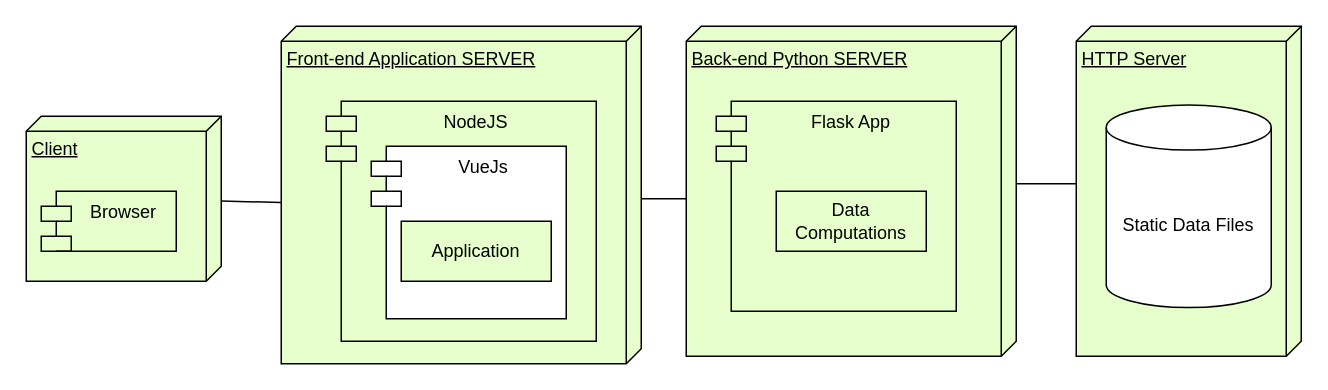
This is page "architecture" (1 of 7) of UML_diagrams.drawio from IlonaBaran/oracles, a draw.io file, before an edit. Source tidied: cells renumbered, new cells numbered last; positions are measured from the earlier drawing's top-left corner, leaving out a move shared by most shapes. Both pictures are drawn from the tidied source at 150%, with x=0, y=0 at pixel (26, 26).
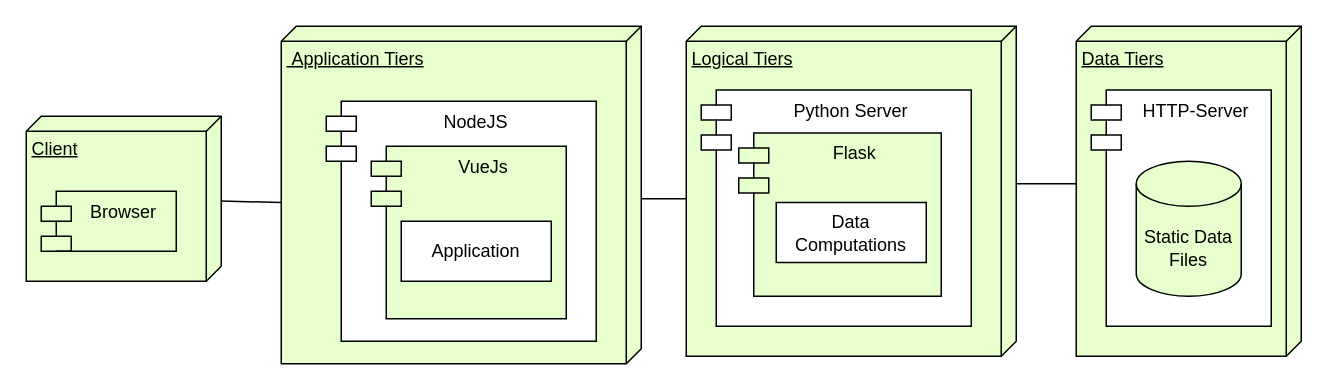
The same diagram, later.

What changed in the source:
```diff
@@
 <mxGraphModel>
   <root>
     <mxCell id="0" />
     <mxCell id="1" parent="0" />
     <mxCell id="2" value="Client" style="verticalAlign=top;align=left;spacingTop=8;spacingLeft=2;spacingRight=12;shape=cube;size=10;direction=south;fontStyle=4;html=1;whiteSpace=wrap;fillColor=#E6FFCC;" parent="1" vertex="1">
       <mxGeometry y="60" width="130" height="110" as="geometry" />
     </mxCell>
-    <mxCell id="3" value="Front-end Application SERVER" style="verticalAlign=top;align=left;spacingTop=8;spacingLeft=2;spacingRight=12;shape=cube;size=10;direction=south;fontStyle=4;html=1;whiteSpace=wrap;fillColor=#E6FFCC;" parent="1" vertex="1">
+    <mxCell id="3" value="&amp;nbsp;Application Tiers" style="verticalAlign=top;align=left;spacingTop=8;spacingLeft=2;spacingRight=12;shape=cube;size=10;direction=south;fontStyle=4;html=1;whiteSpace=wrap;fillColor=#E6FFCC;" parent="1" vertex="1">
       <mxGeometry x="170" width="240" height="225" as="geometry" />
     </mxCell>
-    <mxCell id="4" value="NodeJS" style="shape=module;align=left;spacingLeft=20;align=center;verticalAlign=top;whiteSpace=wrap;html=1;fillColor=#E6FFCC;" parent="1" vertex="1">
+    <mxCell id="4" value="NodeJS" style="shape=module;align=left;spacingLeft=20;align=center;verticalAlign=top;whiteSpace=wrap;html=1;fillColor=#FFFFFF;" parent="1" vertex="1">
       <mxGeometry x="200" y="50" width="180" height="160" as="geometry" />
     </mxCell>
-    <mxCell id="5" value="&lt;div&gt;VueJs&lt;/div&gt;&lt;div&gt;&lt;br&gt;&lt;/div&gt;" style="shape=module;align=left;spacingLeft=20;align=center;verticalAlign=top;whiteSpace=wrap;html=1;" parent="1" vertex="1">
+    <mxCell id="5" value="&lt;div&gt;VueJs&lt;/div&gt;&lt;div&gt;&lt;br&gt;&lt;/div&gt;" style="shape=module;align=left;spacingLeft=20;align=center;verticalAlign=top;whiteSpace=wrap;html=1;fillColor=#E6FFCC;" parent="1" vertex="1">
       <mxGeometry x="230" y="80" width="130" height="115" as="geometry" />
     </mxCell>
-    <mxCell id="6" value="Application " style="rounded=0;whiteSpace=wrap;html=1;fillColor=#E6FFCC;" parent="1" vertex="1">
+    <mxCell id="6" value="Application " style="rounded=0;whiteSpace=wrap;html=1;fillColor=#FFFFFF;" parent="1" vertex="1">
       <mxGeometry x="250" y="130" width="100" height="40" as="geometry" />
     </mxCell>
     <mxCell id="7" style="endArrow=none;html=1;rounded=0;exitX=0;exitY=0;exitDx=117.5;exitDy=240;exitPerimeter=0;" parent="1" edge="1" source="3" target="2">
       <mxGeometry relative="1" as="geometry" />
     </mxCell>
     <mxCell id="8" value="Browser" style="shape=module;align=left;spacingLeft=20;align=center;verticalAlign=top;whiteSpace=wrap;html=1;fillColor=#E6FFCC;" parent="1" vertex="1">
       <mxGeometry x="10" y="110" width="90" height="40" as="geometry" />
     </mxCell>
-    <mxCell id="9" value="HTTP Server" style="verticalAlign=top;align=left;spacingTop=8;spacingLeft=2;spacingRight=12;shape=cube;size=10;direction=south;fontStyle=4;html=1;whiteSpace=wrap;fillColor=#E6FFCC;" parent="1" vertex="1">
+    <mxCell id="9" value="Data Tiers" style="verticalAlign=top;align=left;spacingTop=8;spacingLeft=2;spacingRight=12;shape=cube;size=10;direction=south;fontStyle=4;html=1;whiteSpace=wrap;fillColor=#E6FFCC;" parent="1" vertex="1">
       <mxGeometry x="700" width="150" height="220" as="geometry" />
     </mxCell>
-    <mxCell id="10" value="Static Data Files" style="shape=cylinder3;whiteSpace=wrap;html=1;boundedLbl=1;backgroundOutline=1;size=15;" parent="1" vertex="1">
-      <mxGeometry x="720" y="52.5" width="110" height="135" as="geometry" />
-    </mxCell>
-    <mxCell id="11" value="Back-end Python SERVER" style="verticalAlign=top;align=left;spacingTop=8;spacingLeft=2;spacingRight=12;shape=cube;size=10;direction=south;fontStyle=4;html=1;whiteSpace=wrap;fillColor=#E6FFCC;" parent="1" vertex="1">
+    <mxCell id="11" value="Logical Tiers" style="verticalAlign=top;align=left;spacingTop=8;spacingLeft=2;spacingRight=12;shape=cube;size=10;direction=south;fontStyle=4;html=1;whiteSpace=wrap;fillColor=#E6FFCC;" parent="1" vertex="1">
       <mxGeometry x="440" width="220" height="220" as="geometry" />
     </mxCell>
-    <mxCell id="12" value="Flask App" style="shape=module;align=left;spacingLeft=20;align=center;verticalAlign=top;whiteSpace=wrap;html=1;fillColor=#E6FFCC;" parent="1" vertex="1">
-      <mxGeometry x="460" y="50" width="160" height="140" as="geometry" />
+    <mxCell id="12" value="Python Server" style="shape=module;align=left;spacingLeft=20;align=center;verticalAlign=top;whiteSpace=wrap;html=1;fillColor=#FFFFFF;" parent="1" vertex="1">
+      <mxGeometry x="450" y="42.5" width="180" height="157.5" as="geometry" />
     </mxCell>
-    <mxCell id="13" value="&lt;div&gt;Data &lt;br&gt;Computations&lt;br&gt;&lt;/div&gt;" style="rounded=0;whiteSpace=wrap;html=1;fillColor=#E6FFCC;" parent="1" vertex="1">
-      <mxGeometry x="500" y="110" width="100" height="40" as="geometry" />
-    </mxCell>
     <mxCell id="14" style="endArrow=none;html=1;rounded=0;exitX=0;exitY=0;exitDx=115;exitDy=220;exitPerimeter=0;" parent="1" edge="1" source="11">
       <mxGeometry relative="1" as="geometry">
         <mxPoint x="410" y="115" as="targetPoint" />
       </mxGeometry>
     </mxCell>
     <mxCell id="15" style="endArrow=none;html=1;rounded=0;exitX=0.477;exitY=1;exitDx=0;exitDy=0;exitPerimeter=0;entryX=0;entryY=0;entryDx=105;entryDy=0;entryPerimeter=0;" parent="1" edge="1" source="9" target="11">
       <mxGeometry relative="1" as="geometry" />
     </mxCell>
+    <mxCell id="16" value="Flask " style="shape=module;align=left;spacingLeft=20;align=center;verticalAlign=top;whiteSpace=wrap;html=1;fillColor=#E6FFCC;" parent="1" vertex="1">
+      <mxGeometry x="475" y="71.2" width="135" height="108.8" as="geometry" />
+    </mxCell>
+    <mxCell id="13" value="&lt;div&gt;Data &lt;br&gt;Computations&lt;br&gt;&lt;/div&gt;" style="rounded=0;whiteSpace=wrap;html=1;fillColor=#FFFFFF;" parent="1" vertex="1">
+      <mxGeometry x="500" y="117.5" width="100" height="40" as="geometry" />
+    </mxCell>
+    <mxCell id="17" value="HTTP-Server" style="shape=module;align=left;spacingLeft=20;align=center;verticalAlign=top;whiteSpace=wrap;html=1;fillColor=#FFFFFF;" parent="1" vertex="1">
+      <mxGeometry x="710" y="42.5" width="120" height="157.5" as="geometry" />
+    </mxCell>
+    <mxCell id="10" value="Static Data Files" style="shape=cylinder3;whiteSpace=wrap;html=1;boundedLbl=1;backgroundOutline=1;size=15;fillColor=#E6FFCC;" parent="1" vertex="1">
+      <mxGeometry x="740" y="90" width="70" height="90" as="geometry" />
+    </mxCell>
   </root>
 </mxGraphModel>
```
